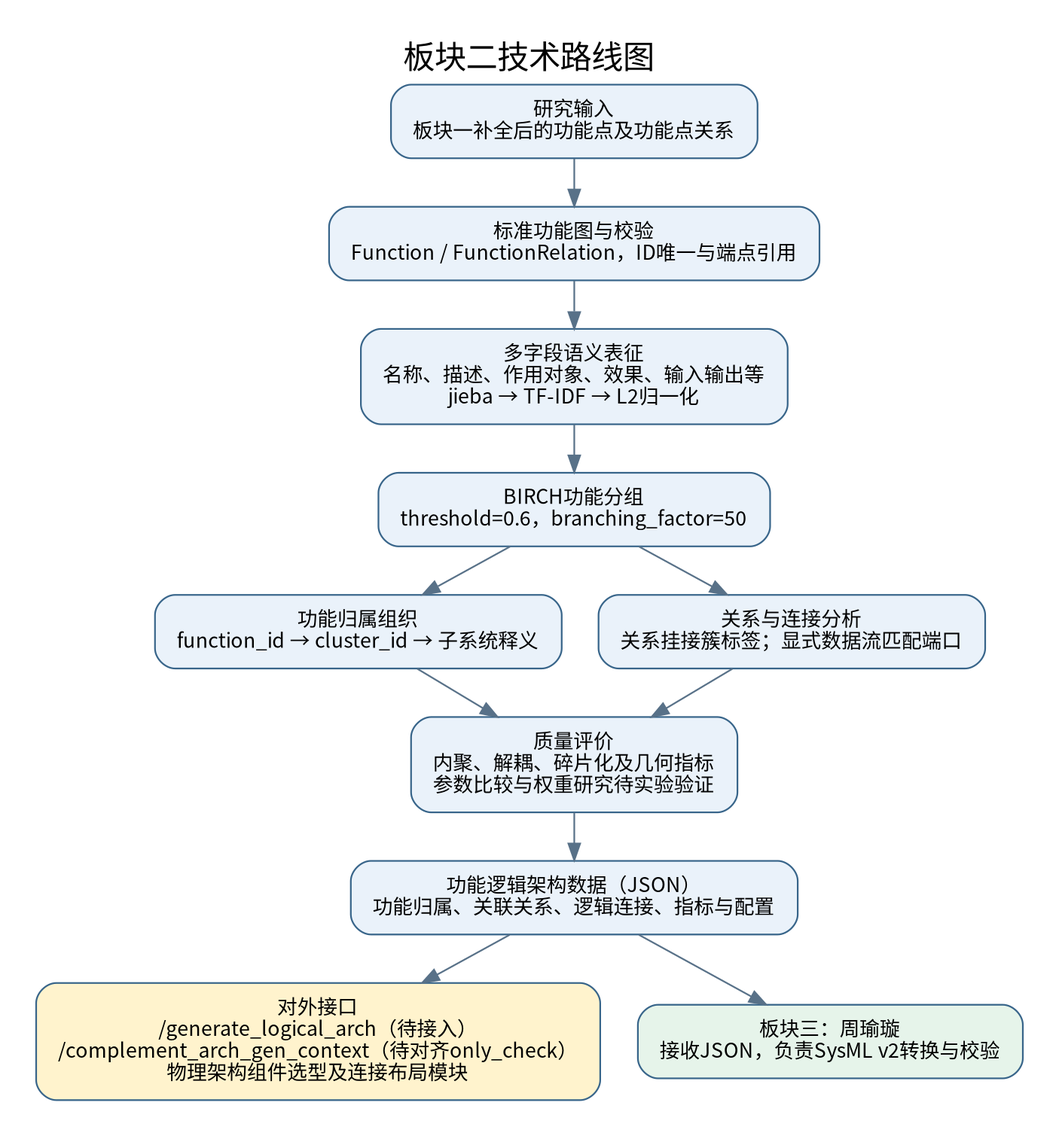
Above: 板块二进度说明/00_板块二技术路线图.png in yueyunsun77-debug/yueyunsun77-debug (Graphviz), before the change. Its source is kept beside it as 板块二进度说明/00_板块二技术路线图.dot. The source it was exported from:
```dot
digraph G {
graph [rankdir=TB,bgcolor="white",pad=0.3,nodesep=0.3,ranksep=0.4,fontname="Noto Sans CJK SC",fontsize=19];
node [shape=box,style="rounded,filled",fillcolor="#EAF2FA",color="#38658A",fontname="Noto Sans CJK SC",fontsize=12,margin="0.18,0.12"];
edge [color="#587188",fontname="Noto Sans CJK SC",fontsize=10];
label="板块二技术路线图";labelloc=t;
a[label="研究输入
板块一补全后的功能点及功能点关系"];
b[label="标准功能图与校验
Function / FunctionRelation，ID唯一与端点引用"];
c[label="多字段语义表征
名称、描述、作用对象、效果、输入输出等
jieba → TF-IDF → L2归一化"];
d[label="BIRCH功能分组
threshold=0.6，branching_factor=50"];
e[label="功能归属组织
function_id → cluster_id → 子系统释义"];
f[label="关系与连接分析
关系挂接簇标签；显式数据流匹配端口"];
g[label="质量评价
内聚、解耦、碎片化及几何指标
参数比较与权重研究待实验验证"];
h[label="功能逻辑架构数据（JSON）
功能归属、关联关系、逻辑连接、指标与配置"];
i[label="对外接口
/generate_logical_arch（待接入）
/complement_arch_gen_context（待对齐only_check）
物理架构组件选型及连接布局模块",fillcolor="#FFF3CD"];
j[label="板块三：周瑜璇
接收JSON，负责SysML v2转换与校验",fillcolor="#E6F4EA"];
a->b->c->d;d->e;d->f;e->g;f->g;g->h;h->i;h->j;
}
```
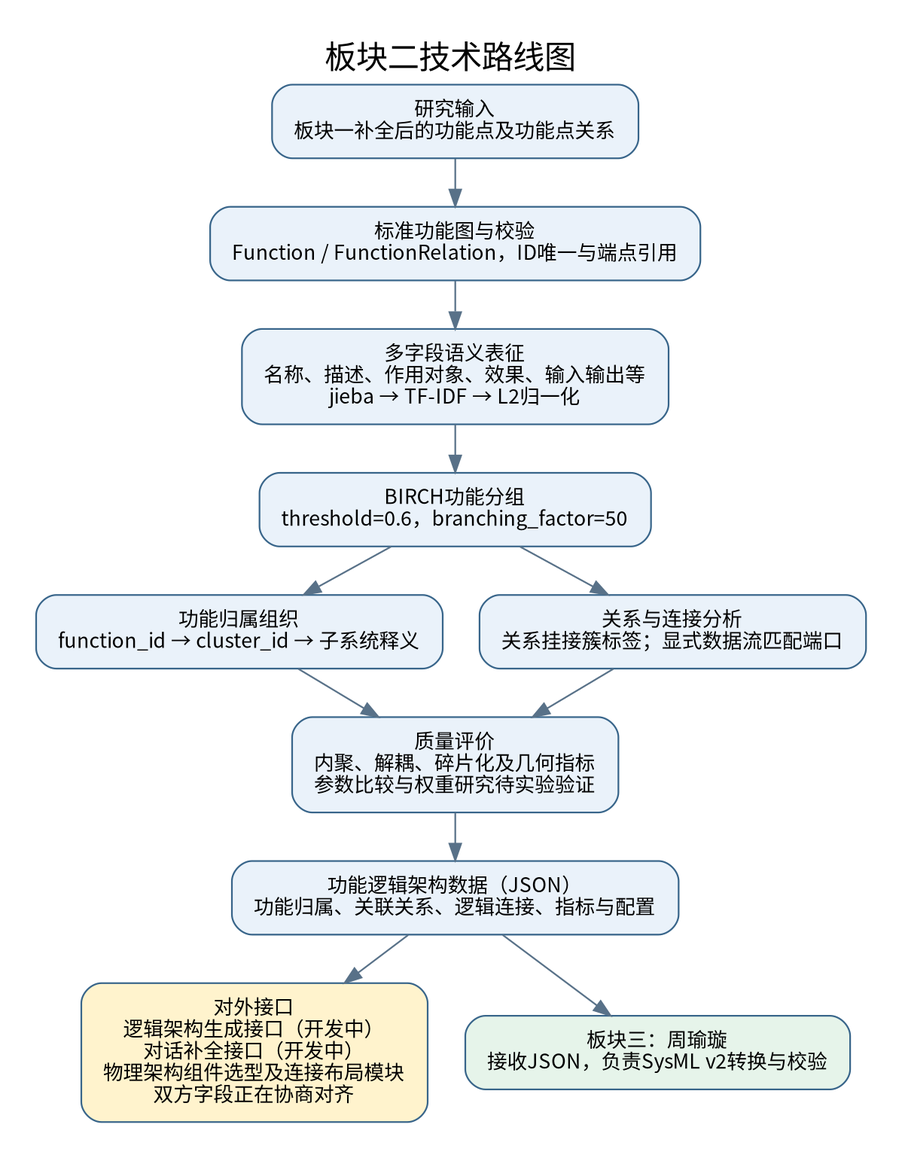
After the change.

Change to the diagram source:
```diff
@@ -22,9 +22,9 @@
 h[label="功能逻辑架构数据（JSON）
 功能归属、关联关系、逻辑连接、指标与配置"];
 i[label="对外接口
-/generate_logical_arch（待接入）
-/complement_arch_gen_context（待对齐only_check）
-物理架构组件选型及连接布局模块",fillcolor="#FFF3CD"];
+逻辑架构生成接口（开发中）
+对话补全接口（开发中）
+物理架构组件选型及连接布局模块\n双方字段正在协商对齐",fillcolor="#FFF3CD"];
 j[label="板块三：周瑜璇
 接收JSON，负责SysML v2转换与校验",fillcolor="#E6F4EA"];
 a->b->c->d;d->e;d->f;e->g;f->g;g->h;h->i;h->j;
```
